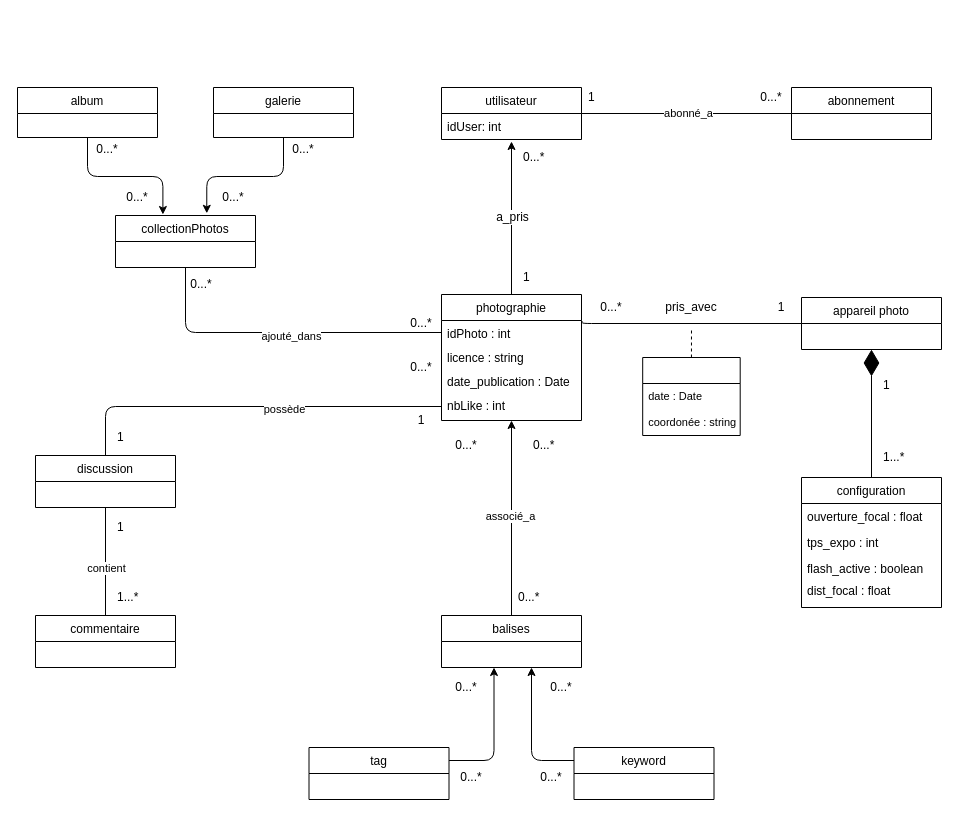
Before: page "Cahier des charges" (1 of 2) of HMIN122M/td/td1/flickr.drawio in DocAmaroo/M1Aigle, a draw.io diagram. Source tidied: cells renumbered, new cells numbered last; positions are measured from the earlier drawing's top-left corner, leaving out a move shared by most shapes. Both pictures are drawn from the tidied source at 100%, with x=0, y=0 at pixel (17, 87).
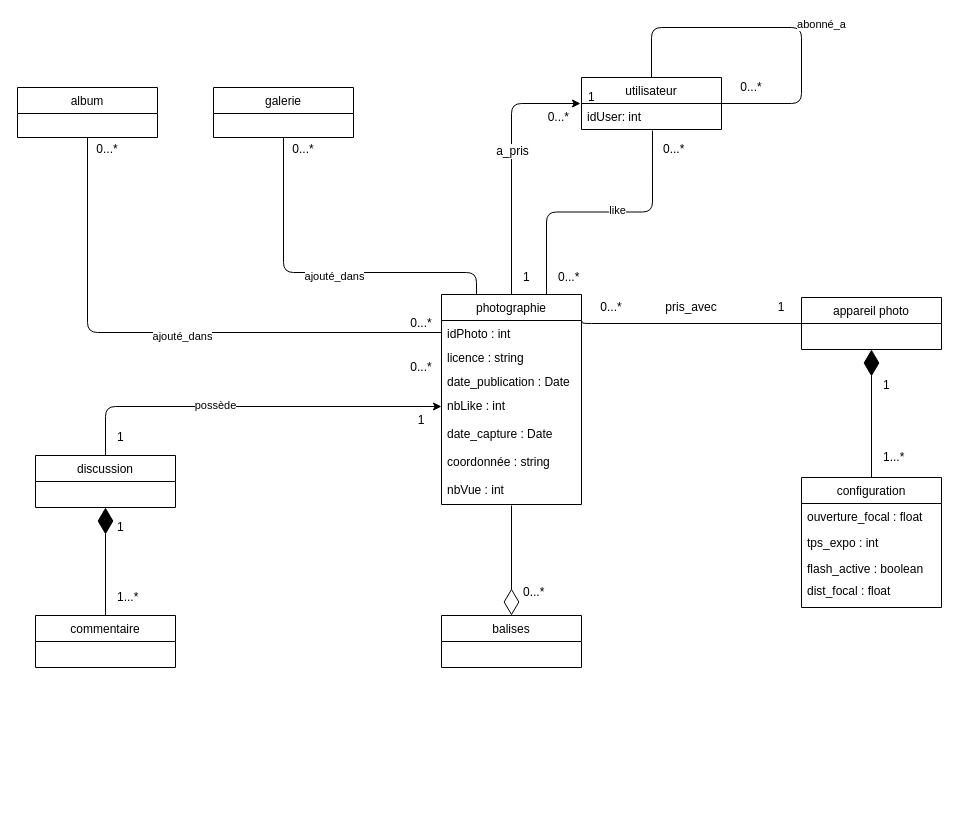
The same page after the edit.

The change refers to these unchanged cells:
```xml
<mxCell id="31" value="idPhoto : int" style="text;strokeColor=none;fillColor=none;align=left;verticalAlign=top;spacingLeft=4;spacingRight=4;overflow=hidden;points=[[0,0.5],[1,0.5]];portConstraint=eastwest;fontSize=12;" parent="30" vertex="1">
  <mxGeometry y="26" width="140" height="24" as="geometry" />
</mxCell>
<mxCell id="34" value="nbLike : int" style="text;strokeColor=none;fillColor=none;align=left;verticalAlign=top;spacingLeft=4;spacingRight=4;overflow=hidden;points=[[0,0.5],[1,0.5]];portConstraint=eastwest;fontSize=12;" parent="30" vertex="1">
  <mxGeometry y="98" width="140" height="28" as="geometry" />
</mxCell>
<mxCell id="39" value="discussion" style="swimlane;fontStyle=0;horizontal=1;startSize=26;fillColor=none;rounded=0;sketch=0;align=center;html=0;" parent="1" vertex="1">
  <mxGeometry x="18" y="368" width="140" height="52" as="geometry" />
</mxCell>
<mxCell id="40" value="commentaire" style="swimlane;fontStyle=0;horizontal=1;startSize=26;fillColor=none;rounded=0;sketch=0;align=center;html=0;" parent="1" vertex="1">
  <mxGeometry x="18" y="528" width="140" height="52" as="geometry" />
</mxCell>
<mxCell id="56" value="balises" style="swimlane;fontStyle=0;horizontal=1;startSize=26;fillColor=none;rounded=0;sketch=0;align=center;html=0;" parent="1" vertex="1">
  <mxGeometry x="424" y="528" width="140" height="52" as="geometry" />
</mxCell>
<mxCell id="64" value="album" style="swimlane;fontStyle=0;horizontal=1;startSize=26;fillColor=none;fontSize=12;" parent="1" vertex="1">
  <mxGeometry width="140" height="50" as="geometry" />
</mxCell>
<mxCell id="66" value="galerie" style="swimlane;fontStyle=0;horizontal=1;startSize=26;fillColor=none;fontSize=12;" parent="1" vertex="1">
  <mxGeometry x="196" width="140" height="50" as="geometry" />
</mxCell>
```

Change to the diagram source:
```diff
@@
-    <mxCell id="3" style="endArrow=classic;html=1;fontSize=12;entryX=0.5;entryY=1.077;entryDx=0;entryDy=0;entryPerimeter=0;" parent="1" edge="1" source="30" target="36">
-      <mxGeometry relative="1" as="geometry" />
+    <mxCell id="3" style="endArrow=classic;html=1;fontSize=12;entryX=-0.007;entryY=0;entryDx=0;entryDy=0;entryPerimeter=0;" parent="1" edge="1" source="30" target="36">
+      <mxGeometry relative="1" as="geometry">
+        <Array as="points">
+          <mxPoint x="494" y="16" />
+        </Array>
+      </mxGeometry>
     </mxCell>
@@
-    <mxCell id="7" style="endArrow=none;dashed=1;html=1;exitX=0.5;exitY=0;exitDx=0;exitDy=0;fontSize=12;" parent="1" edge="1" source="8">
-      <mxGeometry relative="1" as="geometry">
-        <mxPoint x="674" y="240" as="targetPoint" />
-      </mxGeometry>
-    </mxCell>
-    <mxCell id="8" style="swimlane;fontStyle=0;horizontal=1;startSize=26;fillColor=none;fontSize=11;" parent="1" vertex="1">
-      <mxGeometry x="625.2" y="270" width="97.5" height="78" as="geometry" />
-    </mxCell>
-    <mxCell id="9" value="date : Date" style="text;strokeColor=none;fillColor=none;align=left;verticalAlign=top;spacingLeft=4;spacingRight=4;overflow=hidden;fontSize=11;" parent="8" vertex="1">
-      <mxGeometry y="26" width="97.5" height="26" as="geometry" />
-    </mxCell>
-    <mxCell id="10" value="coordonée : string" style="text;strokeColor=none;fillColor=none;align=left;verticalAlign=top;spacingLeft=4;spacingRight=4;overflow=hidden;fontSize=11;" parent="8" vertex="1">
-      <mxGeometry y="52" width="97.5" height="26" as="geometry" />
-    </mxCell>
@@
+    <mxCell id="35" value="utilisateur" style="swimlane;fontStyle=0;horizontal=1;startSize=26;fillColor=none;fontSize=12;" parent="1" vertex="1">
+      <mxGeometry x="564" y="-10" width="140" height="52" as="geometry" />
+    </mxCell>
+    <mxCell id="36" value="idUser: int" style="text;strokeColor=none;fillColor=none;align=left;verticalAlign=top;spacingLeft=4;spacingRight=4;overflow=hidden;points=[[0,0.5],[1,0.5]];portConstraint=eastwest;fontSize=12;" parent="35" vertex="1">
+      <mxGeometry y="26" width="140" height="26" as="geometry" />
+    </mxCell>
@@
-    <mxCell id="21" value="0...*" style="text;html=1;strokeColor=none;fillColor=none;align=left;verticalAlign=middle;whiteSpace=wrap;fontSize=12;" parent="1" vertex="1">
-      <mxGeometry x="504" y="60" width="40" height="20" as="geometry" />
+    <mxCell id="21" value="0...*" style="text;html=1;strokeColor=none;fillColor=none;align=right;verticalAlign=middle;whiteSpace=wrap;fontSize=12;" parent="1" vertex="1">
+      <mxGeometry x="514" y="20" width="40" height="20" as="geometry" />
     </mxCell>
@@
-    <mxCell id="27" value="0...*" style="text;html=1;strokeColor=none;fillColor=none;align=center;verticalAlign=middle;whiteSpace=wrap;fontSize=12;" parent="1" vertex="1">
-      <mxGeometry x="429" y="348" width="40" height="20" as="geometry" />
-    </mxCell>
-    <mxCell id="28" value="0...*" style="text;html=1;strokeColor=none;fillColor=none;align=left;verticalAlign=middle;whiteSpace=wrap;fontSize=12;" parent="1" vertex="1">
-      <mxGeometry x="514" y="348" width="40" height="20" as="geometry" />
-    </mxCell>
-    <mxCell id="29" style="edgeStyle=orthogonalEdgeStyle;curved=0;rounded=1;sketch=0;jettySize=auto;html=1;exitX=0.5;exitY=1;exitDx=0;exitDy=0;entryX=0.324;entryY=-0.019;entryDx=0;entryDy=0;endArrow=classic;endFill=1;entryPerimeter=0;" parent="1" edge="1" source="64">
-      <mxGeometry relative="1" as="geometry">
-        <mxPoint x="145.4" y="127" as="targetPoint" />
-        <Array as="points">
-          <mxPoint x="70" y="89" />
-          <mxPoint x="145" y="89" />
-        </Array>
-      </mxGeometry>
-    </mxCell>
+    <mxCell id="73" style="edgeStyle=orthogonalEdgeStyle;rounded=1;jettySize=auto;html=1;exitX=0.75;exitY=0;exitDx=0;exitDy=0;entryX=0.507;entryY=1.038;entryDx=0;entryDy=0;entryPerimeter=0;endArrow=none;endFill=0;" parent="1" edge="1" source="30" target="36">
+      <mxGeometry relative="1" as="geometry" />
+    </mxCell>
+    <mxCell id="74" value="like" style="edgeLabel;html=1;align=center;verticalAlign=middle;" parent="73" vertex="1">
+      <mxGeometry x="0.13" y="3" relative="1" as="geometry">
+        <mxPoint y="1" as="offset" />
+      </mxGeometry>
+    </mxCell>
     <mxCell id="30" value="photographie" style="swimlane;fontStyle=0;horizontal=1;startSize=26;fillColor=none;fontSize=12;verticalAlign=middle;rounded=0;" parent="1" vertex="1">
-      <mxGeometry x="424" y="207" width="140" height="126" as="geometry" />
+      <mxGeometry x="424" y="207" width="140" height="210" as="geometry" />
     </mxCell>
@@
-    <mxCell id="35" value="utilisateur" style="swimlane;fontStyle=0;horizontal=1;startSize=26;fillColor=none;fontSize=12;" parent="1" vertex="1">
-      <mxGeometry x="424" width="140" height="52" as="geometry" />
-    </mxCell>
-    <mxCell id="36" value="idUser: int" style="text;strokeColor=none;fillColor=none;align=left;verticalAlign=top;spacingLeft=4;spacingRight=4;overflow=hidden;points=[[0,0.5],[1,0.5]];portConstraint=eastwest;fontSize=12;" parent="35" vertex="1">
-      <mxGeometry y="26" width="140" height="26" as="geometry" />
-    </mxCell>
+    <mxCell id="75" value="date_capture : Date" style="text;strokeColor=none;fillColor=none;align=left;verticalAlign=top;spacingLeft=4;spacingRight=4;overflow=hidden;fontSize=12;" parent="30" vertex="1">
+      <mxGeometry y="126" width="140" height="28" as="geometry" />
+    </mxCell>
+    <mxCell id="76" value="coordonnée : string" style="text;strokeColor=none;fillColor=none;align=left;verticalAlign=top;spacingLeft=4;spacingRight=4;overflow=hidden;fontSize=12;" parent="30" vertex="1">
+      <mxGeometry y="154" width="140" height="28" as="geometry" />
+    </mxCell>
+    <mxCell id="77" value="nbVue : int" style="text;strokeColor=none;fillColor=none;align=left;verticalAlign=top;spacingLeft=4;spacingRight=4;overflow=hidden;points=[[0,0.5],[1,0.5]];portConstraint=eastwest;fontSize=12;" parent="30" vertex="1">
+      <mxGeometry y="182" width="140" height="28" as="geometry" />
+    </mxCell>
-    <mxCell id="37" style="edgeStyle=orthogonalEdgeStyle;curved=0;rounded=1;sketch=0;jettySize=auto;html=1;exitX=0;exitY=0.5;exitDx=0;exitDy=0;entryX=0.5;entryY=0;entryDx=0;entryDy=0;endArrow=none;endFill=0;" parent="1" edge="1" source="34" target="39">
+    <mxCell id="37" style="edgeStyle=orthogonalEdgeStyle;curved=0;rounded=1;sketch=0;jettySize=auto;html=1;exitX=0.5;exitY=0;exitDx=0;exitDy=0;entryX=0;entryY=0.5;entryDx=0;entryDy=0;endArrow=classic;endFill=1;" parent="1" edge="1" source="39" target="34">
       <mxGeometry relative="1" as="geometry" />
     </mxCell>
@@
-    <mxCell id="41" style="endArrow=none;html=1;exitX=0.5;exitY=1;exitDx=0;exitDy=0;entryX=0.5;entryY=0;entryDx=0;entryDy=0;" parent="1" edge="1" source="39" target="40">
-      <mxGeometry relative="1" as="geometry" />
-    </mxCell>
-    <mxCell id="42" value="contient" style="edgeLabel;html=1;align=center;verticalAlign=middle;" parent="41" vertex="1">
-      <mxGeometry x="0.22" relative="1" as="geometry">
-        <mxPoint y="-6" as="offset" />
-      </mxGeometry>
-    </mxCell>
@@
-    <mxCell id="47" style="edgeStyle=orthogonalEdgeStyle;curved=0;rounded=1;sketch=0;jettySize=auto;html=1;entryX=1;entryY=0.5;entryDx=0;entryDy=0;endArrow=none;endFill=0;" parent="1" edge="1" source="49" target="35">
-      <mxGeometry relative="1" as="geometry" />
+    <mxCell id="47" style="edgeStyle=orthogonalEdgeStyle;curved=0;rounded=1;sketch=0;orthogonalLoop=1;jettySize=auto;html=1;entryX=1;entryY=0.5;entryDx=0;entryDy=0;endArrow=none;endFill=0;exitX=0.5;exitY=0;exitDx=0;exitDy=0;" parent="1" edge="1" source="35" target="35">
+      <mxGeometry relative="1" as="geometry">
+        <Array as="points">
+          <mxPoint x="634" y="-60" />
+          <mxPoint x="784" y="-60" />
+          <mxPoint x="784" y="16" />
+        </Array>
+      </mxGeometry>
     </mxCell>
@@
-    <mxCell id="49" value="abonnement" style="swimlane;fontStyle=0;horizontal=1;startSize=26;fillColor=none;rounded=0;sketch=0;align=center;html=0;" parent="1" vertex="1">
-      <mxGeometry x="774" width="140" height="52" as="geometry" />
-    </mxCell>
     <mxCell id="50" value="0...*" style="text;html=1;strokeColor=none;fillColor=none;align=center;verticalAlign=middle;whiteSpace=wrap;fontSize=12;" parent="1" vertex="1">
-      <mxGeometry x="734" width="40" height="20" as="geometry" />
+      <mxGeometry x="714" y="-10" width="40" height="20" as="geometry" />
     </mxCell>
@@
-    <mxCell id="52" value="collectionPhotos" style="swimlane;fontStyle=0;horizontal=1;startSize=26;fillColor=none;rounded=0;sketch=0;align=center;html=0;" parent="1" vertex="1">
-      <mxGeometry x="98" y="128" width="140" height="52" as="geometry" />
-    </mxCell>
-    <mxCell id="53" style="edgeStyle=orthogonalEdgeStyle;curved=0;rounded=1;sketch=0;jettySize=auto;html=1;exitX=0;exitY=0.5;exitDx=0;exitDy=0;entryX=0.5;entryY=1;entryDx=0;entryDy=0;endArrow=none;endFill=0;" parent="1" edge="1" source="31" target="52">
-      <mxGeometry relative="1" as="geometry" />
+    <mxCell id="53" style="edgeStyle=orthogonalEdgeStyle;curved=0;rounded=1;sketch=0;jettySize=auto;html=1;exitX=0;exitY=0.5;exitDx=0;exitDy=0;entryX=0.5;entryY=1;entryDx=0;entryDy=0;endArrow=none;endFill=0;" parent="1" edge="1" source="31" target="64">
+      <mxGeometry relative="1" as="geometry">
+        <Array as="points">
+          <mxPoint x="70" y="245" />
+        </Array>
+      </mxGeometry>
     </mxCell>
@@
-    <mxCell id="55" value="0...*" style="text;html=1;strokeColor=none;fillColor=none;align=center;verticalAlign=middle;whiteSpace=wrap;rounded=0;sketch=0;" parent="1" vertex="1">
-      <mxGeometry x="164" y="187" width="40" height="20" as="geometry" />
-    </mxCell>
@@
-    <mxCell id="57" style="edgeStyle=orthogonalEdgeStyle;curved=0;rounded=1;sketch=0;jettySize=auto;html=1;exitX=0;exitY=0.25;exitDx=0;exitDy=0;endArrow=classic;endFill=1;" parent="1" edge="1" source="63">
-      <mxGeometry relative="1" as="geometry">
-        <mxPoint x="514" y="580" as="targetPoint" />
-        <Array as="points">
-          <mxPoint x="514" y="673" />
-          <mxPoint x="514" y="580" />
-        </Array>
-      </mxGeometry>
-    </mxCell>
-    <mxCell id="58" style="edgeStyle=orthogonalEdgeStyle;curved=0;rounded=1;sketch=0;jettySize=auto;html=1;exitX=1;exitY=0.25;exitDx=0;exitDy=0;endArrow=classic;endFill=1;" parent="1" edge="1" source="62">
-      <mxGeometry relative="1" as="geometry">
-        <mxPoint x="476.5" y="580" as="targetPoint" />
-        <Array as="points">
-          <mxPoint x="476.5" y="673" />
-        </Array>
-      </mxGeometry>
-    </mxCell>
-    <mxCell id="59" style="endArrow=classic;html=1;exitX=0.5;exitY=0;exitDx=0;exitDy=0;" parent="1" edge="1" source="56" target="34">
-      <mxGeometry relative="1" as="geometry" />
-    </mxCell>
-    <mxCell id="60" value="associé_a" style="edgeLabel;html=1;align=center;verticalAlign=middle;" parent="59" vertex="1">
-      <mxGeometry x="0.22" y="2" relative="1" as="geometry">
-        <mxPoint y="19.8" as="offset" />
-      </mxGeometry>
-    </mxCell>
     <mxCell id="61" value="0...*" style="text;html=1;strokeColor=none;fillColor=none;align=left;verticalAlign=middle;whiteSpace=wrap;fontSize=12;" parent="1" vertex="1">
-      <mxGeometry x="499" y="500" width="40" height="20" as="geometry" />
+      <mxGeometry x="504" y="495" width="40" height="20" as="geometry" />
     </mxCell>
-    <mxCell id="62" value="tag" style="swimlane;fontStyle=0;horizontal=1;startSize=26;fillColor=none;rounded=0;sketch=0;" parent="1" vertex="1">
-      <mxGeometry x="291.5" y="660" width="140" height="52" as="geometry" />
-    </mxCell>
-    <mxCell id="63" value="keyword" style="swimlane;fontStyle=0;horizontal=1;startSize=26;fillColor=none;rounded=0;sketch=0;" parent="1" vertex="1">
-      <mxGeometry x="556.5" y="660" width="140" height="52" as="geometry" />
-    </mxCell>
@@
-    <mxCell id="65" style="edgeStyle=orthogonalEdgeStyle;curved=0;rounded=1;sketch=0;jettySize=auto;html=1;exitX=0.5;exitY=1;exitDx=0;exitDy=0;entryX=0.652;entryY=-0.042;entryDx=0;entryDy=0;entryPerimeter=0;endArrow=classic;endFill=1;" parent="1" edge="1" source="66" target="52">
-      <mxGeometry relative="1" as="geometry" />
-    </mxCell>
@@
-    <mxCell id="67" value="0...*" style="text;html=1;strokeColor=none;fillColor=none;align=center;verticalAlign=middle;whiteSpace=wrap;rounded=0;sketch=0;" parent="1" vertex="1">
-      <mxGeometry x="196" y="100" width="40" height="20" as="geometry" />
-    </mxCell>
-    <mxCell id="68" value="0...*" style="text;html=1;strokeColor=none;fillColor=none;align=center;verticalAlign=middle;whiteSpace=wrap;rounded=0;sketch=0;" parent="1" vertex="1">
-      <mxGeometry x="100" y="100" width="40" height="20" as="geometry" />
-    </mxCell>
-    <mxCell id="69" value="0...*" style="text;html=1;strokeColor=none;fillColor=none;align=center;verticalAlign=middle;whiteSpace=wrap;rounded=0;sketch=0;" parent="1" vertex="1">
-      <mxGeometry x="429" y="590" width="40" height="20" as="geometry" />
-    </mxCell>
-    <mxCell id="70" value="0...*" style="text;html=1;strokeColor=none;fillColor=none;align=center;verticalAlign=middle;whiteSpace=wrap;rounded=0;sketch=0;" parent="1" vertex="1">
-      <mxGeometry x="524" y="590" width="40" height="20" as="geometry" />
-    </mxCell>
-    <mxCell id="71" value="0...*" style="text;html=1;strokeColor=none;fillColor=none;align=center;verticalAlign=middle;whiteSpace=wrap;rounded=0;sketch=0;" parent="1" vertex="1">
-      <mxGeometry x="434" y="680" width="40" height="20" as="geometry" />
-    </mxCell>
-    <mxCell id="72" value="0...*" style="text;html=1;strokeColor=none;fillColor=none;align=center;verticalAlign=middle;whiteSpace=wrap;rounded=0;sketch=0;" parent="1" vertex="1">
-      <mxGeometry x="514" y="680" width="40" height="20" as="geometry" />
-    </mxCell>
+    <mxCell id="78" style="endArrow=diamondThin;endFill=1;endSize=24;html=1;exitX=0.5;exitY=0;exitDx=0;exitDy=0;entryX=0.5;entryY=1;entryDx=0;entryDy=0;" parent="1" edge="1">
+      <mxGeometry relative="1" as="geometry">
+        <mxPoint x="88" y="528" as="sourcePoint" />
+        <mxPoint x="88" y="420" as="targetPoint" />
+      </mxGeometry>
+    </mxCell>
+    <mxCell id="79" style="endArrow=diamondThin;endFill=0;endSize=24;html=1;entryX=0.5;entryY=0;entryDx=0;entryDy=0;exitX=0.5;exitY=1.036;exitDx=0;exitDy=0;exitPerimeter=0;" parent="1" edge="1" source="77" target="56">
+      <mxGeometry relative="1" as="geometry" />
+    </mxCell>
+    <mxCell id="80" style="edgeStyle=orthogonalEdgeStyle;curved=0;rounded=1;sketch=0;jettySize=auto;html=1;exitX=0.25;exitY=0;exitDx=0;exitDy=0;entryX=0.5;entryY=1;entryDx=0;entryDy=0;endArrow=none;endFill=0;" parent="1" edge="1" source="30" target="66">
+      <mxGeometry relative="1" as="geometry">
+        <Array as="points">
+          <mxPoint x="459" y="185" />
+          <mxPoint x="266" y="185" />
+        </Array>
+      </mxGeometry>
+    </mxCell>
+    <mxCell id="81" value="ajouté_dans" style="edgeLabel;html=1;align=center;verticalAlign=middle;" parent="80" vertex="1">
+      <mxGeometry x="-0.05" y="3" relative="1" as="geometry">
+        <mxPoint x="1" as="offset" />
+      </mxGeometry>
+    </mxCell>
+    <mxCell id="82" value="0...*" style="text;html=1;strokeColor=none;fillColor=none;align=left;verticalAlign=middle;whiteSpace=wrap;fontSize=12;" parent="1" vertex="1">
+      <mxGeometry x="539" y="180" width="35" height="20" as="geometry" />
+    </mxCell>
+    <mxCell id="83" value="0...*" style="text;html=1;strokeColor=none;fillColor=none;align=left;verticalAlign=middle;whiteSpace=wrap;fontSize=12;" parent="1" vertex="1">
+      <mxGeometry x="644" y="52" width="35" height="20" as="geometry" />
+    </mxCell>
```
